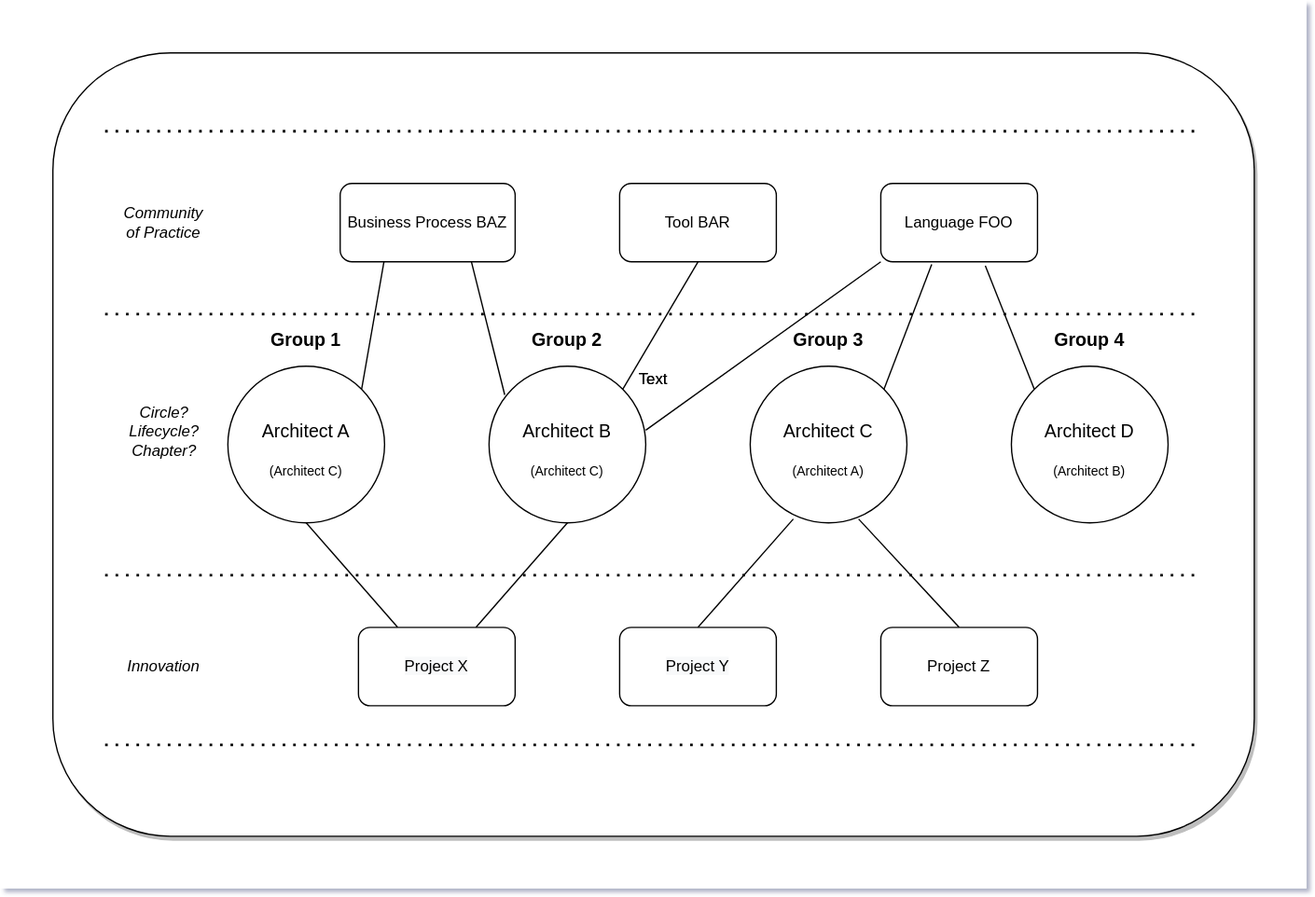
This is Architecture Ideas-Teams POV.drawio.svg from CrossEye/temp, a draw.io export, as it was before one commit. Source tidied: cells renumbered, new cells last; positions are measured from the earlier drawing's top-left corner, leaving out a move shared by most shapes.
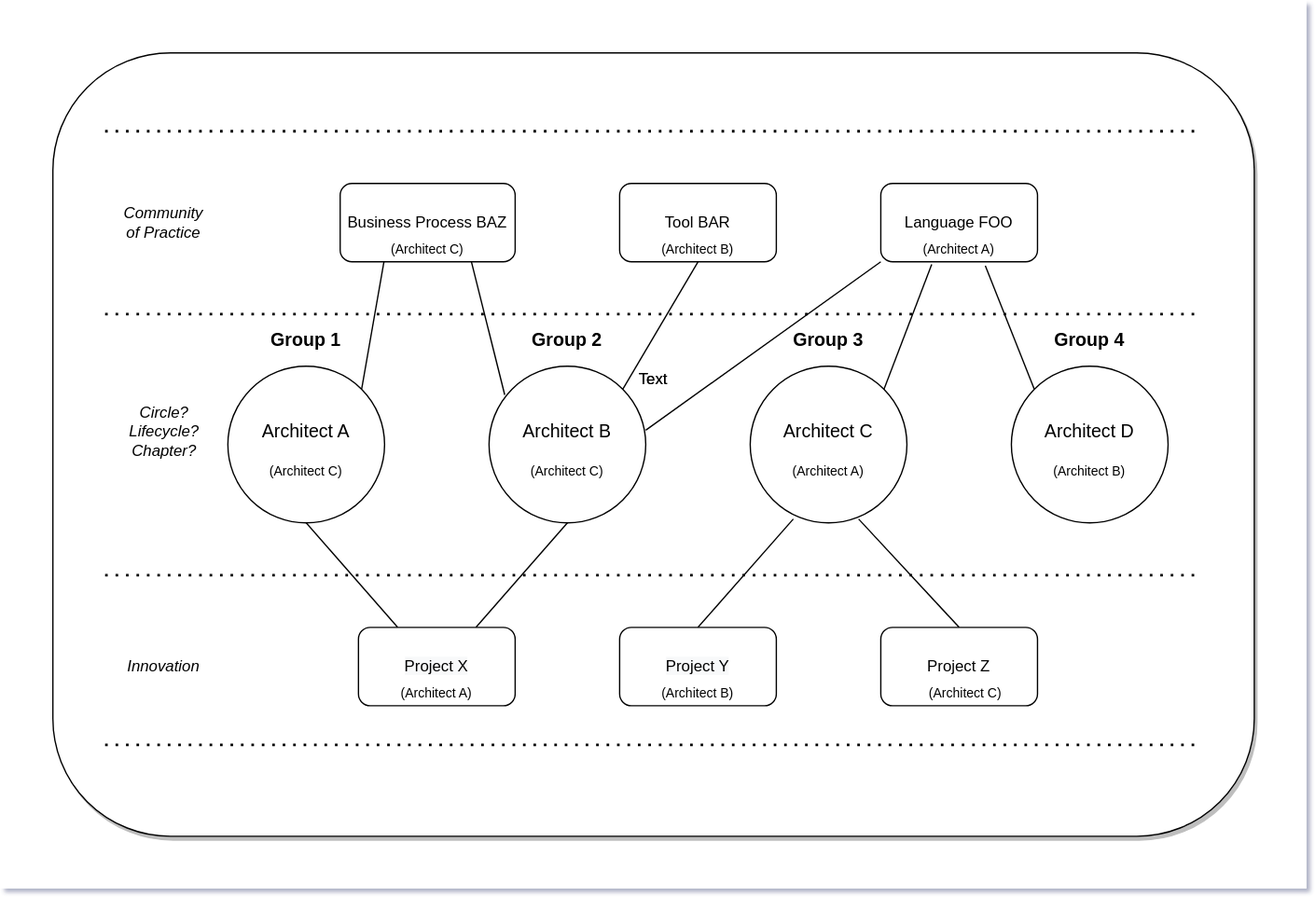
After the change.

What changed in the source:
```diff
@@ -145,5 +145,23 @@
     <mxCell id="44" value="&lt;i&gt;Innovation&lt;/i&gt;" style="text;html=1;strokeColor=none;fillColor=none;align=center;verticalAlign=middle;whiteSpace=wrap;rounded=1;" parent="1" vertex="1">
       <mxGeometry x="105" y="500" width="40" height="20" as="geometry" />
     </mxCell>
+    <mxCell id="45" value="&lt;font style=&quot;font-size: 10px&quot;&gt;(Architect C)&lt;/font&gt;" style="text;html=1;strokeColor=none;fillColor=none;align=center;verticalAlign=middle;whiteSpace=wrap;rounded=0;" parent="1" vertex="1">
+      <mxGeometry x="704" y="520" width="70" height="20" as="geometry" />
+    </mxCell>
+    <mxCell id="46" value="&lt;font style=&quot;font-size: 10px&quot;&gt;(Architect C)&lt;/font&gt;" style="text;html=1;strokeColor=none;fillColor=none;align=center;verticalAlign=middle;whiteSpace=wrap;rounded=0;" parent="1" vertex="1">
+      <mxGeometry x="292" y="180" width="70" height="20" as="geometry" />
+    </mxCell>
+    <mxCell id="47" value="&lt;font style=&quot;font-size: 10px&quot;&gt;(Architect B)&lt;/font&gt;" style="text;html=1;strokeColor=none;fillColor=none;align=center;verticalAlign=middle;whiteSpace=wrap;rounded=0;" parent="1" vertex="1">
+      <mxGeometry x="499" y="520" width="70" height="20" as="geometry" />
+    </mxCell>
+    <mxCell id="48" value="&lt;font style=&quot;font-size: 10px&quot;&gt;(Architect B)&lt;/font&gt;" style="text;html=1;strokeColor=none;fillColor=none;align=center;verticalAlign=middle;whiteSpace=wrap;rounded=0;" parent="1" vertex="1">
+      <mxGeometry x="499" y="180" width="70" height="20" as="geometry" />
+    </mxCell>
+    <mxCell id="49" value="&lt;font style=&quot;font-size: 10px&quot;&gt;(Architect A)&lt;/font&gt;" style="text;html=1;strokeColor=none;fillColor=none;align=center;verticalAlign=middle;whiteSpace=wrap;rounded=0;" parent="1" vertex="1">
+      <mxGeometry x="699" y="180" width="70" height="20" as="geometry" />
+    </mxCell>
+    <mxCell id="50" value="&lt;font style=&quot;font-size: 10px&quot;&gt;(Architect A)&lt;/font&gt;" style="text;html=1;strokeColor=none;fillColor=none;align=center;verticalAlign=middle;whiteSpace=wrap;rounded=0;" parent="1" vertex="1">
+      <mxGeometry x="299" y="520" width="70" height="20" as="geometry" />
+    </mxCell>
   </root>
 </mxGraphModel>
```
